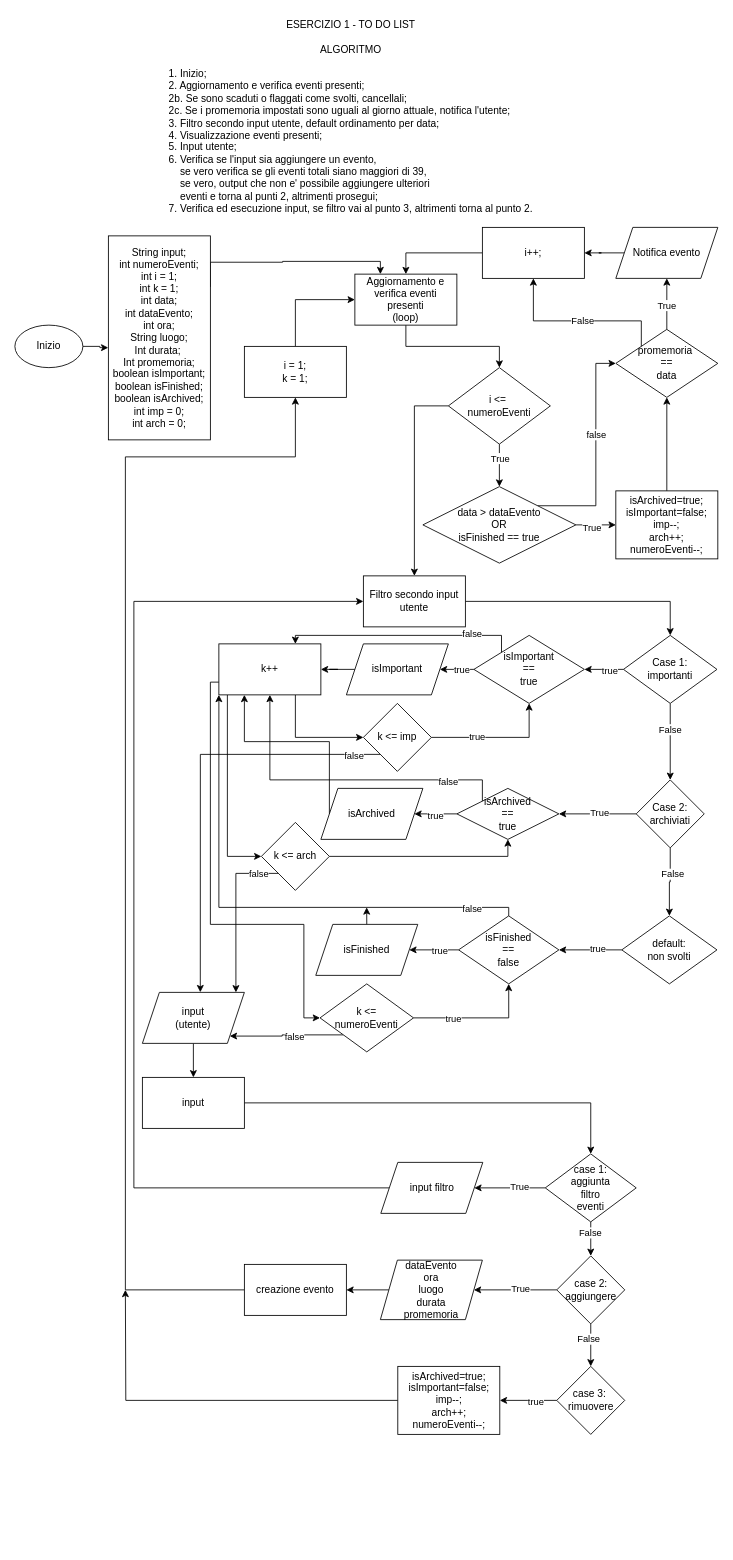
Before: to-do-list.drawio in Aislir/BitCamp, a draw.io diagram. Source tidied: cells renumbered, new cells numbered last; positions are measured from the earlier drawing's top-left corner, leaving out a move shared by most shapes. Both pictures are drawn from the tidied source at 85%, with x=0, y=0 at pixel (14, 14).
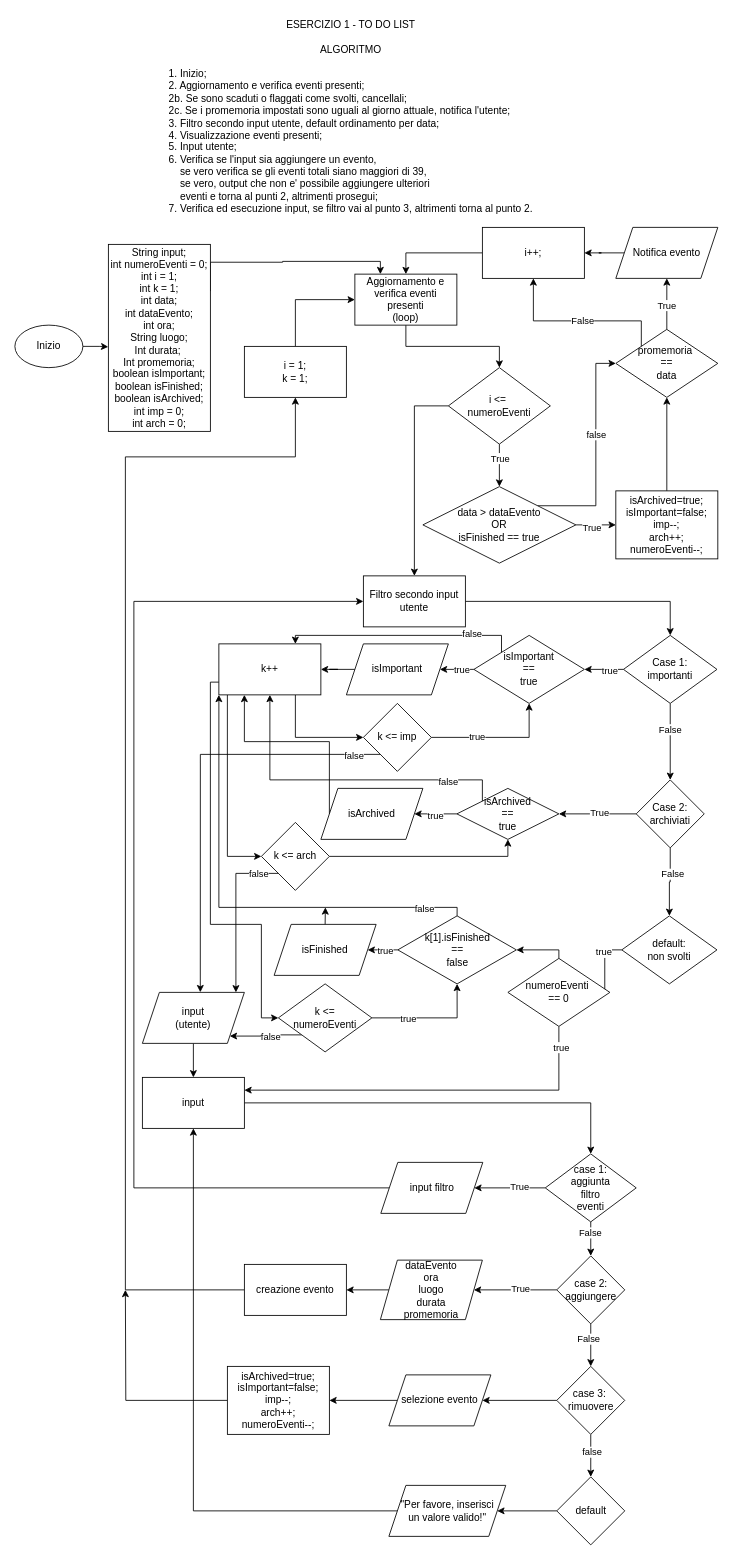
The same diagram, later.

The change refers to these unchanged cells:
```xml
<mxCell id="38" value="case 3:&amp;nbsp;&lt;div&gt;rimuovere&lt;/div&gt;" style="rhombus;whiteSpace=wrap;html=1;" parent="1" vertex="1">
  <mxGeometry x="637.5" y="1590" width="80" height="80" as="geometry" />
</mxCell>
<mxCell id="71" value="default:&lt;div&gt;non svolti&lt;/div&gt;" style="rhombus;whiteSpace=wrap;html=1;" parent="1" vertex="1">
  <mxGeometry x="714" y="1060" width="112" height="80" as="geometry" />
</mxCell>
<mxCell id="82" value="k++" style="whiteSpace=wrap;html=1;" parent="1" vertex="1">
  <mxGeometry x="240" y="740" width="120" height="60" as="geometry" />
</mxCell>
<mxCell id="109" value="input" style="whiteSpace=wrap;html=1;" parent="1" vertex="1">
  <mxGeometry x="150" y="1250" width="120" height="60" as="geometry" />
</mxCell>
```

What changed in the source:
```diff
@@
-    <mxCell id="6" value="&lt;div&gt;String input;&lt;/div&gt;&lt;div&gt;int numeroEventi;&lt;/div&gt;&lt;div&gt;int i = 1;&lt;/div&gt;&lt;div&gt;int k = 1;&lt;/div&gt;&lt;div&gt;&lt;span style=&quot;background-color: initial;&quot;&gt;int data;&lt;/span&gt;&lt;/div&gt;int dataEvento;&lt;div&gt;&lt;div&gt;int ora;&lt;/div&gt;&lt;div&gt;String luogo;&lt;/div&gt;&lt;div&gt;Int durata;&amp;nbsp;&lt;/div&gt;&lt;div&gt;Int promemoria;&lt;/div&gt;&lt;div&gt;boolean isImportant;&lt;/div&gt;&lt;div&gt;boolean isFinished;&lt;/div&gt;&lt;/div&gt;&lt;div&gt;boolean isArchived;&lt;/div&gt;&lt;div&gt;int imp = 0;&lt;/div&gt;&lt;div&gt;int arch = 0;&lt;/div&gt;" style="whiteSpace=wrap;html=1;" parent="1" vertex="1">
-      <mxGeometry x="110" y="260" width="120" height="240" as="geometry" />
+    <mxCell id="6" value="&lt;div&gt;String input;&lt;/div&gt;&lt;div&gt;int numeroEventi = 0;&lt;/div&gt;&lt;div&gt;int i = 1;&lt;/div&gt;&lt;div&gt;int k = 1;&lt;/div&gt;&lt;div&gt;&lt;span style=&quot;background-color: initial;&quot;&gt;int data;&lt;/span&gt;&lt;/div&gt;int dataEvento;&lt;div&gt;&lt;div&gt;int ora;&lt;/div&gt;&lt;div&gt;String luogo;&lt;/div&gt;&lt;div&gt;Int durata;&amp;nbsp;&lt;/div&gt;&lt;div&gt;Int promemoria;&lt;/div&gt;&lt;div&gt;boolean isImportant;&lt;/div&gt;&lt;div&gt;boolean isFinished;&lt;/div&gt;&lt;/div&gt;&lt;div&gt;boolean isArchived;&lt;/div&gt;&lt;div&gt;int imp = 0;&lt;/div&gt;&lt;div&gt;int arch = 0;&lt;/div&gt;" style="whiteSpace=wrap;html=1;" parent="1" vertex="1">
+      <mxGeometry x="110" y="270" width="120" height="220" as="geometry" />
     </mxCell>
@@
-    <mxCell id="36" style="edgeStyle=orthogonalEdgeStyle;rounded=0;jettySize=auto;html=1;" parent="1" edge="1" source="38" target="42">
-      <mxGeometry relative="1" as="geometry" />
-    </mxCell>
-    <mxCell id="37" value="true" style="edgeLabel;html=1;align=center;verticalAlign=middle;" parent="36" vertex="1">
-      <mxGeometry x="-0.24" y="1" relative="1" as="geometry" />
-    </mxCell>
+    <mxCell id="110" style="edgeStyle=orthogonalEdgeStyle;rounded=0;jettySize=auto;html=1;" parent="1" edge="1" source="38" target="121">
+      <mxGeometry relative="1" as="geometry" />
+    </mxCell>
+    <mxCell id="111" value="false" style="edgeLabel;html=1;align=center;verticalAlign=middle;" parent="110" vertex="1">
+      <mxGeometry x="-0.21" y="1" relative="1" as="geometry" />
+    </mxCell>
+    <mxCell id="112" style="edgeStyle=orthogonalEdgeStyle;rounded=0;jettySize=auto;html=1;" parent="1" edge="1" source="38" target="125">
+      <mxGeometry relative="1" as="geometry" />
+    </mxCell>
@@
     <mxCell id="42" value="isArchived=true;&lt;div&gt;isImportant=false;&lt;/div&gt;&lt;div&gt;imp--;&lt;/div&gt;&lt;div&gt;arch++;&lt;br&gt;&lt;div&gt;numeroEventi--;&lt;/div&gt;&lt;/div&gt;" style="whiteSpace=wrap;html=1;" parent="1" vertex="1">
-      <mxGeometry x="450.5" y="1590" width="120" height="80" as="geometry" />
+      <mxGeometry x="250" y="1590" width="120" height="80" as="geometry" />
     </mxCell>
@@
-    <mxCell id="69" style="edgeStyle=orthogonalEdgeStyle;rounded=0;jettySize=auto;html=1;" parent="1" edge="1" source="71" target="96">
-      <mxGeometry relative="1" as="geometry" />
-    </mxCell>
-    <mxCell id="70" value="true" style="edgeLabel;html=1;align=center;verticalAlign=middle;" parent="69" vertex="1">
-      <mxGeometry x="-0.22" y="-2" relative="1" as="geometry" />
-    </mxCell>
+    <mxCell id="113" style="edgeStyle=orthogonalEdgeStyle;rounded=0;jettySize=auto;html=1;" parent="1" edge="1" source="71" target="119">
+      <mxGeometry relative="1" as="geometry" />
+    </mxCell>
+    <mxCell id="114" value="true" style="edgeLabel;html=1;align=center;verticalAlign=middle;" parent="113" vertex="1">
+      <mxGeometry x="-0.43" y="-2" relative="1" as="geometry" />
+    </mxCell>
@@
     <mxCell id="81" style="edgeStyle=orthogonalEdgeStyle;rounded=0;jettySize=auto;html=1;exitX=0;exitY=0.75;exitDx=0;exitDy=0;entryX=0;entryY=0.5;entryDx=0;entryDy=0;" parent="1" edge="1" source="82" target="103">
       <mxGeometry relative="1" as="geometry">
         <Array as="points">
           <mxPoint x="230" y="785" />
           <mxPoint x="230" y="1070" />
-          <mxPoint x="340" y="1070" />
-          <mxPoint x="340" y="1180" />
+          <mxPoint x="290" y="1070" />
+          <mxPoint x="290" y="1180" />
         </Array>
       </mxGeometry>
     </mxCell>
@@
     <mxCell id="94" style="edgeStyle=orthogonalEdgeStyle;rounded=0;jettySize=auto;html=1;exitX=0.5;exitY=0;exitDx=0;exitDy=0;entryX=0;entryY=1;entryDx=0;entryDy=0;" parent="1" edge="1" source="96" target="82">
       <mxGeometry relative="1" as="geometry">
         <Array as="points">
-          <mxPoint x="581" y="1050" />
+          <mxPoint x="520" y="1050" />
           <mxPoint x="240" y="1050" />
         </Array>
       </mxGeometry>
     </mxCell>
@@
-    <mxCell id="96" value="isFinished&lt;div&gt;==&lt;/div&gt;&lt;div&gt;false&lt;/div&gt;" style="rhombus;whiteSpace=wrap;html=1;" parent="1" vertex="1">
-      <mxGeometry x="522" y="1060" width="118" height="80" as="geometry" />
+    <mxCell id="96" value="k[1].isFinished&lt;div&gt;==&lt;/div&gt;&lt;div&gt;false&lt;/div&gt;" style="rhombus;whiteSpace=wrap;html=1;" parent="1" vertex="1">
+      <mxGeometry x="450.5" y="1060" width="139.5" height="80" as="geometry" />
     </mxCell>
-    <mxCell id="97" style="edgeStyle=orthogonalEdgeStyle;rounded=0;jettySize=auto;html=1;exitX=0.5;exitY=0;exitDx=0;exitDy=0;" parent="1" edge="1" source="98">
-      <mxGeometry relative="1" as="geometry">
-        <mxPoint x="413.9" y="1050" as="targetPoint" />
-      </mxGeometry>
-    </mxCell>
+    <mxCell id="115" style="edgeStyle=orthogonalEdgeStyle;rounded=0;jettySize=auto;html=1;exitX=0.5;exitY=0;exitDx=0;exitDy=0;" parent="1" edge="1" source="98">
+      <mxGeometry relative="1" as="geometry">
+        <mxPoint x="365.3" y="1050" as="targetPoint" />
+      </mxGeometry>
+    </mxCell>
     <mxCell id="98" value="isFinished" style="shape=parallelogram;perimeter=parallelogramPerimeter;whiteSpace=wrap;html=1;fixedSize=1;" parent="1" vertex="1">
-      <mxGeometry x="354" y="1070" width="120" height="60" as="geometry" />
+      <mxGeometry x="305" y="1070" width="120" height="60" as="geometry" />
     </mxCell>
@@
     <mxCell id="103" value="k &amp;lt;=&lt;div&gt;numeroEventi&lt;/div&gt;" style="rhombus;whiteSpace=wrap;html=1;" parent="1" vertex="1">
-      <mxGeometry x="359" y="1140" width="110" height="80" as="geometry" />
+      <mxGeometry x="310" y="1140" width="110" height="80" as="geometry" />
     </mxCell>
@@
+    <mxCell id="116" style="edgeStyle=orthogonalEdgeStyle;rounded=0;jettySize=auto;html=1;exitX=0.5;exitY=1;exitDx=0;exitDy=0;entryX=1;entryY=0.25;entryDx=0;entryDy=0;" parent="1" edge="1" source="119" target="109">
+      <mxGeometry relative="1" as="geometry" />
+    </mxCell>
+    <mxCell id="117" value="true" style="edgeLabel;html=1;align=center;verticalAlign=middle;" parent="116" vertex="1">
+      <mxGeometry x="-0.89" y="2" relative="1" as="geometry" />
+    </mxCell>
+    <mxCell id="118" style="edgeStyle=orthogonalEdgeStyle;rounded=0;jettySize=auto;html=1;exitX=0.5;exitY=0;exitDx=0;exitDy=0;" parent="1" edge="1" source="119">
+      <mxGeometry relative="1" as="geometry">
+        <mxPoint x="590" y="1100" as="targetPoint" />
+        <Array as="points">
+          <mxPoint x="640" y="1100" />
+        </Array>
+      </mxGeometry>
+    </mxCell>
+    <mxCell id="119" value="numeroEventi&amp;nbsp;&lt;div&gt;== 0&lt;/div&gt;" style="rhombus;whiteSpace=wrap;html=1;" parent="1" vertex="1">
+      <mxGeometry x="580" y="1110" width="120" height="80" as="geometry" />
+    </mxCell>
+    <mxCell id="120" style="edgeStyle=orthogonalEdgeStyle;rounded=0;jettySize=auto;html=1;" parent="1" edge="1" source="121" target="123">
+      <mxGeometry relative="1" as="geometry" />
+    </mxCell>
+    <mxCell id="121" value="default" style="rhombus;whiteSpace=wrap;html=1;" parent="1" vertex="1">
+      <mxGeometry x="637.5" y="1720" width="80" height="80" as="geometry" />
+    </mxCell>
+    <mxCell id="122" style="edgeStyle=orthogonalEdgeStyle;rounded=0;jettySize=auto;html=1;exitX=0;exitY=0.5;exitDx=0;exitDy=0;entryX=0.5;entryY=1;entryDx=0;entryDy=0;" parent="1" edge="1" source="123" target="109">
+      <mxGeometry relative="1" as="geometry" />
+    </mxCell>
+    <mxCell id="123" value="&quot;Per favore, inserisci&lt;div&gt;un valore valido!&quot;&lt;/div&gt;" style="shape=parallelogram;perimeter=parallelogramPerimeter;whiteSpace=wrap;html=1;fixedSize=1;" parent="1" vertex="1">
+      <mxGeometry x="440" y="1730" width="137.5" height="60" as="geometry" />
+    </mxCell>
+    <mxCell id="124" style="edgeStyle=orthogonalEdgeStyle;rounded=0;jettySize=auto;html=1;exitX=0;exitY=0.5;exitDx=0;exitDy=0;entryX=1;entryY=0.5;entryDx=0;entryDy=0;" parent="1" edge="1" source="125" target="42">
+      <mxGeometry relative="1" as="geometry" />
+    </mxCell>
+    <mxCell id="125" value="selezione evento" style="shape=parallelogram;perimeter=parallelogramPerimeter;whiteSpace=wrap;html=1;fixedSize=1;" parent="1" vertex="1">
+      <mxGeometry x="440" y="1600" width="120" height="60" as="geometry" />
+    </mxCell>
```
